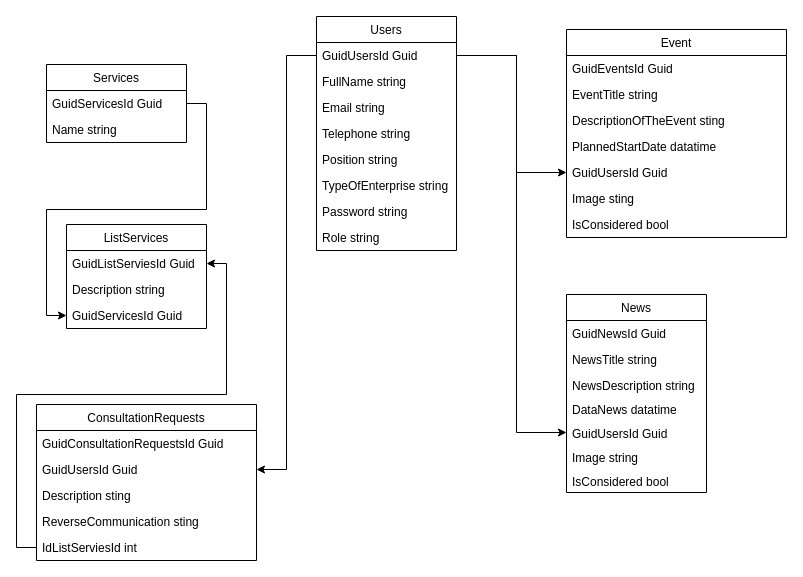
OdinSoloMan/Diploma keeps this draw.io diagram as Required files/ExampleDatabase.drawio. Above is the earlier version. Source tidied: cells renumbered, new cells numbered last; positions are measured from the earlier drawing's top-left corner, leaving out a move shared by most shapes. Both pictures are drawn from the tidied source at 100%, with x=0, y=0 at pixel (16, 16).
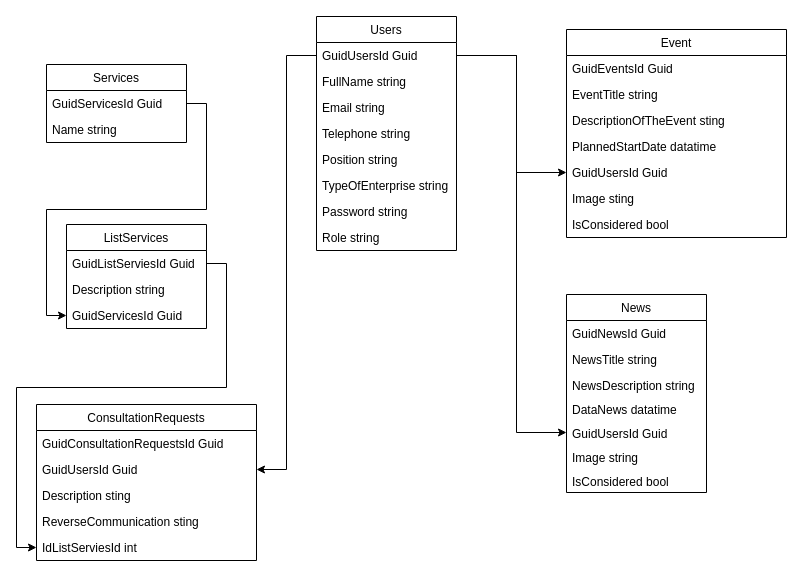
After the change.

The change refers to these unchanged cells:
```xml
<mxCell id="15" value="GuidListServiesId Guid" style="text;strokeColor=none;fillColor=none;align=left;verticalAlign=top;spacingLeft=4;spacingRight=4;overflow=hidden;points=[[0,0.5],[1,0.5]];portConstraint=eastwest;" parent="14" vertex="1">
  <mxGeometry y="26" width="140" height="26" as="geometry" />
</mxCell>
<mxCell id="40" value="IdListServiesId int" style="text;strokeColor=none;fillColor=none;align=left;verticalAlign=top;spacingLeft=4;spacingRight=4;overflow=hidden;points=[[0,0.5],[1,0.5]];portConstraint=eastwest;" parent="35" vertex="1">
  <mxGeometry y="130" width="220" height="26" as="geometry" />
</mxCell>
```

What changed in the source:
```diff
@@
-    <mxCell id="42" style="edgeStyle=orthogonalEdgeStyle;rounded=0;jettySize=auto;html=1;exitX=0;exitY=0.5;exitDx=0;exitDy=0;entryX=1;entryY=0.5;entryDx=0;entryDy=0;" parent="1" edge="1" source="40" target="15">
-      <mxGeometry relative="1" as="geometry">
-        <Array as="points">
-          <mxPoint y="531" />
-          <mxPoint y="378" />
-          <mxPoint x="210" y="378" />
-          <mxPoint x="210" y="247" />
-        </Array>
-      </mxGeometry>
-    </mxCell>
@@
+    <mxCell id="45" style="edgeStyle=orthogonalEdgeStyle;rounded=0;jettySize=auto;html=1;exitX=1;exitY=0.5;exitDx=0;exitDy=0;entryX=0;entryY=0.5;entryDx=0;entryDy=0;" parent="1" edge="1" source="15" target="40">
+      <mxGeometry relative="1" as="geometry">
+        <Array as="points">
+          <mxPoint x="210" y="247" />
+          <mxPoint x="210" y="371" />
+          <mxPoint y="371" />
+          <mxPoint y="531" />
+        </Array>
+      </mxGeometry>
+    </mxCell>
```
